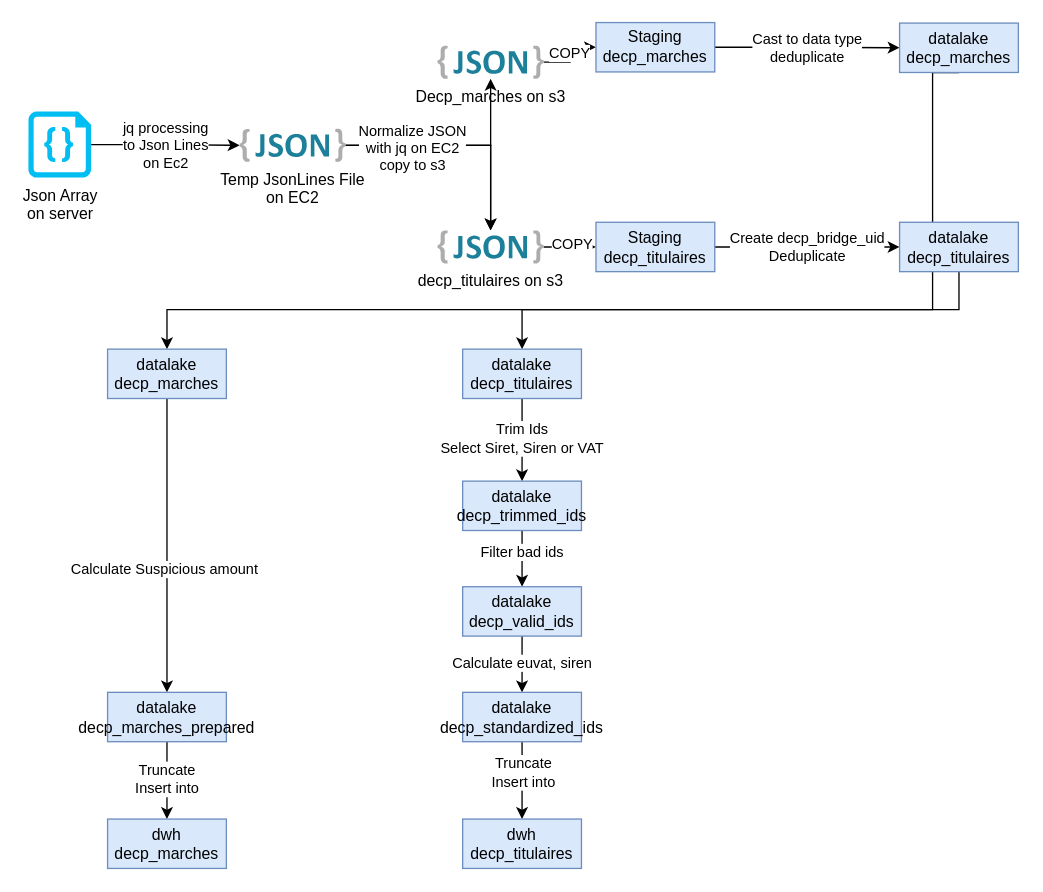
This is docs/decp/decp_dataflow.drawio from ogierpaul/UdacityDendCapstone, a draw.io file, before an edit. Source tidied: cells renumbered, new cells numbered last; positions are measured from the earlier drawing's top-left corner, leaving out a move shared by most shapes. Both pictures are drawn from the tidied source at 132%, with x=0, y=0 at pixel (28, 22).
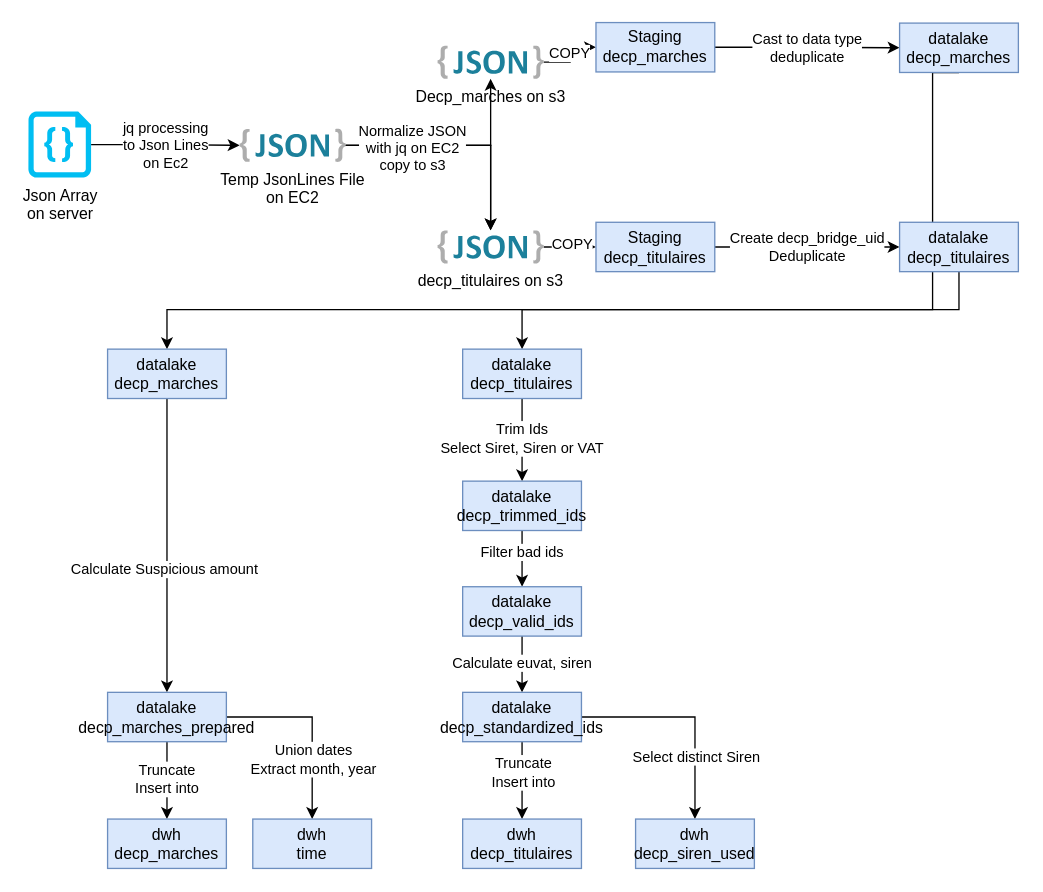
The same diagram, later.

Unchanged cells that the change refers to:
```xml
<mxCell id="35" value="datalake&lt;br&gt;decp_standardized_ids" style="rounded=0;whiteSpace=wrap;html=1;fillColor=#dae8fc;strokeColor=#6c8ebf;" parent="1" vertex="1">
  <mxGeometry x="329" y="507" width="90" height="37.4" as="geometry" />
</mxCell>
<mxCell id="38" value="datalake&lt;br&gt;decp_marches_prepared" style="rounded=0;whiteSpace=wrap;html=1;fillColor=#dae8fc;strokeColor=#6c8ebf;" parent="1" vertex="1">
  <mxGeometry x="60" y="507" width="90" height="37.4" as="geometry" />
</mxCell>
```

Diff of the diagram source:
```diff
@@
+    <mxCell id="40" style="edgeStyle=orthogonalEdgeStyle;rounded=0;jettySize=auto;html=1;" parent="1" edge="1" source="35" target="44">
+      <mxGeometry relative="1" as="geometry" />
+    </mxCell>
+    <mxCell id="41" value="Select distinct Siren" style="edgeLabel;html=1;align=center;verticalAlign=middle;" parent="40" vertex="1">
+      <mxGeometry x="0.42" relative="1" as="geometry" />
+    </mxCell>
@@
+    <mxCell id="42" style="edgeStyle=orthogonalEdgeStyle;rounded=0;jettySize=auto;html=1;" parent="1" edge="1" source="38" target="45">
+      <mxGeometry relative="1" as="geometry" />
+    </mxCell>
+    <mxCell id="43" value="Union dates&lt;br&gt;Extract month, year" style="edgeLabel;html=1;align=center;verticalAlign=middle;" parent="42" vertex="1">
+      <mxGeometry x="0.11" relative="1" as="geometry">
+        <mxPoint y="17.3" as="offset" />
+      </mxGeometry>
+    </mxCell>
@@
+    <mxCell id="44" value="dwh&lt;br&gt;decp_siren_used" style="rounded=0;whiteSpace=wrap;html=1;fillColor=#dae8fc;strokeColor=#6c8ebf;" parent="1" vertex="1">
+      <mxGeometry x="460" y="603" width="90" height="37.4" as="geometry" />
+    </mxCell>
+    <mxCell id="45" value="dwh&lt;br&gt;time" style="rounded=0;whiteSpace=wrap;html=1;fillColor=#dae8fc;strokeColor=#6c8ebf;" parent="1" vertex="1">
+      <mxGeometry x="170" y="603" width="90" height="37.4" as="geometry" />
+    </mxCell>
```
